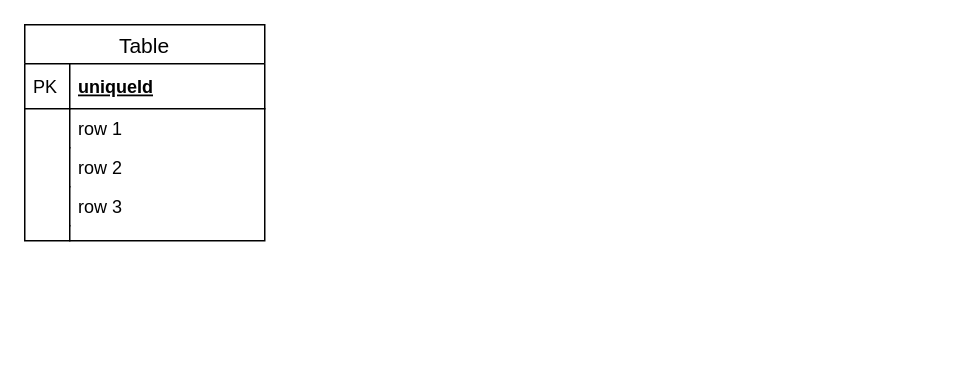
Earlier version of the draw.io diagram app/models/DCRegister_db.drawio (juancra264/DCRegister). Source tidied: cells renumbered, new cells numbered last; positions are measured from the earlier drawing's top-left corner, leaving out a move shared by most shapes. Both pictures are drawn from the tidied source at 150%, with x=0, y=0 at pixel (24, 24).
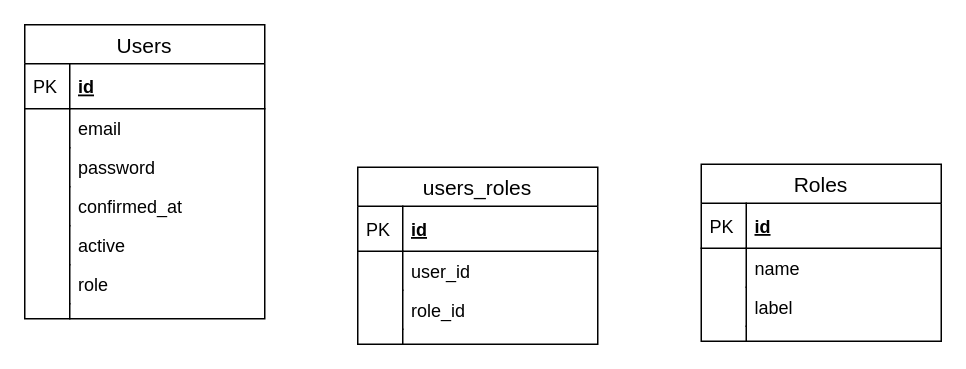
The same diagram, later.

Change to the diagram source:
```diff
@@
-    <mxCell id="2" value="Table" style="swimlane;fontStyle=0;horizontal=1;startSize=26;align=center;fontSize=14;" parent="1" vertex="1">
-      <mxGeometry width="160" height="144" as="geometry" />
+    <mxCell id="2" value="Users" style="swimlane;fontStyle=0;horizontal=1;startSize=26;align=center;fontSize=14;" parent="1" vertex="1">
+      <mxGeometry width="160" height="196" as="geometry" />
     </mxCell>
-    <mxCell id="3" value="uniqueId" style="shape=partialRectangle;top=0;left=0;right=0;bottom=1;align=left;verticalAlign=middle;fillColor=none;spacingLeft=34;spacingRight=4;overflow=hidden;fontStyle=5;fontSize=12;" parent="2" vertex="1">
+    <mxCell id="3" value="id" style="shape=partialRectangle;top=0;left=0;right=0;bottom=1;align=left;verticalAlign=middle;fillColor=none;spacingLeft=34;spacingRight=4;overflow=hidden;fontStyle=5;fontSize=12;" parent="2" vertex="1">
       <mxGeometry y="26" width="160" height="30" as="geometry" />
     </mxCell>
@@
-    <mxCell id="5" value="row 1" style="shape=partialRectangle;top=0;left=0;right=0;bottom=0;align=left;verticalAlign=top;fillColor=none;spacingLeft=34;spacingRight=4;overflow=hidden;fontSize=12;" parent="2" vertex="1">
+    <mxCell id="5" value="email" style="shape=partialRectangle;top=0;left=0;right=0;bottom=0;align=left;verticalAlign=top;fillColor=none;spacingLeft=34;spacingRight=4;overflow=hidden;fontSize=12;" parent="2" vertex="1">
       <mxGeometry y="56" width="160" height="26" as="geometry" />
     </mxCell>
@@
-    <mxCell id="7" value="row 2" style="shape=partialRectangle;top=0;left=0;right=0;bottom=0;align=left;verticalAlign=top;fillColor=none;spacingLeft=34;spacingRight=4;overflow=hidden;fontSize=12;" parent="2" vertex="1">
+    <mxCell id="7" value="password" style="shape=partialRectangle;top=0;left=0;right=0;bottom=0;align=left;verticalAlign=top;fillColor=none;spacingLeft=34;spacingRight=4;overflow=hidden;fontSize=12;" parent="2" vertex="1">
       <mxGeometry y="82" width="160" height="26" as="geometry" />
     </mxCell>
@@
-    <mxCell id="9" value="row 3" style="shape=partialRectangle;top=0;left=0;right=0;bottom=0;align=left;verticalAlign=top;fillColor=none;spacingLeft=34;spacingRight=4;overflow=hidden;fontSize=12;" parent="2" vertex="1">
+    <mxCell id="9" value="confirmed_at" style="shape=partialRectangle;top=0;left=0;right=0;bottom=0;align=left;verticalAlign=top;fillColor=none;spacingLeft=34;spacingRight=4;overflow=hidden;fontSize=12;" parent="2" vertex="1">
       <mxGeometry y="108" width="160" height="26" as="geometry" />
     </mxCell>
@@
+    <mxCell id="13" value="active" style="shape=partialRectangle;top=0;left=0;right=0;bottom=0;align=left;verticalAlign=top;fillColor=none;spacingLeft=34;spacingRight=4;overflow=hidden;fontSize=12;" parent="2" vertex="1">
+      <mxGeometry y="134" width="160" height="26" as="geometry" />
+    </mxCell>
+    <mxCell id="14" style="shape=partialRectangle;top=0;left=0;bottom=0;fillColor=none;align=left;verticalAlign=top;spacingLeft=4;spacingRight=4;overflow=hidden;fontSize=12;" parent="13" vertex="1">
+      <mxGeometry width="30" height="26" as="geometry" />
+    </mxCell>
+    <mxCell id="15" value="role" style="shape=partialRectangle;top=0;left=0;right=0;bottom=0;align=left;verticalAlign=top;fillColor=none;spacingLeft=34;spacingRight=4;overflow=hidden;fontSize=12;" parent="2" vertex="1">
+      <mxGeometry y="160" width="160" height="26" as="geometry" />
+    </mxCell>
+    <mxCell id="16" style="shape=partialRectangle;top=0;left=0;bottom=0;fillColor=none;align=left;verticalAlign=top;spacingLeft=4;spacingRight=4;overflow=hidden;fontSize=12;" parent="15" vertex="1">
+      <mxGeometry width="30" height="26" as="geometry" />
+    </mxCell>
     <mxCell id="11" style="shape=partialRectangle;top=0;left=0;right=0;bottom=0;align=left;verticalAlign=top;fillColor=none;spacingLeft=34;spacingRight=4;overflow=hidden;fontSize=12;" parent="2" vertex="1">
-      <mxGeometry y="134" width="160" height="10" as="geometry" />
+      <mxGeometry y="186" width="160" height="10" as="geometry" />
     </mxCell>
@@
+    <mxCell id="17" value="users_roles" style="swimlane;fontStyle=0;horizontal=1;startSize=26;align=center;fontSize=14;" parent="1" vertex="1">
+      <mxGeometry x="222" y="95" width="160" height="118" as="geometry" />
+    </mxCell>
+    <mxCell id="18" value="id" style="shape=partialRectangle;top=0;left=0;right=0;bottom=1;align=left;verticalAlign=middle;fillColor=none;spacingLeft=34;spacingRight=4;overflow=hidden;fontStyle=5;fontSize=12;" parent="17" vertex="1">
+      <mxGeometry y="26" width="160" height="30" as="geometry" />
+    </mxCell>
+    <mxCell id="19" value="PK" style="shape=partialRectangle;top=0;left=0;bottom=0;fillColor=none;align=left;verticalAlign=middle;spacingLeft=4;spacingRight=4;overflow=hidden;fontSize=12;" parent="18" vertex="1">
+      <mxGeometry width="30" height="30" as="geometry" />
+    </mxCell>
+    <mxCell id="20" value="user_id" style="shape=partialRectangle;top=0;left=0;right=0;bottom=0;align=left;verticalAlign=top;fillColor=none;spacingLeft=34;spacingRight=4;overflow=hidden;fontSize=12;" parent="17" vertex="1">
+      <mxGeometry y="56" width="160" height="26" as="geometry" />
+    </mxCell>
+    <mxCell id="21" style="shape=partialRectangle;top=0;left=0;bottom=0;fillColor=none;align=left;verticalAlign=top;spacingLeft=4;spacingRight=4;overflow=hidden;fontSize=12;" parent="20" vertex="1">
+      <mxGeometry width="30" height="26" as="geometry" />
+    </mxCell>
+    <mxCell id="22" value="role_id" style="shape=partialRectangle;top=0;left=0;right=0;bottom=0;align=left;verticalAlign=top;fillColor=none;spacingLeft=34;spacingRight=4;overflow=hidden;fontSize=12;" parent="17" vertex="1">
+      <mxGeometry y="82" width="160" height="26" as="geometry" />
+    </mxCell>
+    <mxCell id="23" style="shape=partialRectangle;top=0;left=0;bottom=0;fillColor=none;align=left;verticalAlign=top;spacingLeft=4;spacingRight=4;overflow=hidden;fontSize=12;" parent="22" vertex="1">
+      <mxGeometry width="30" height="26" as="geometry" />
+    </mxCell>
+    <mxCell id="24" style="shape=partialRectangle;top=0;left=0;right=0;bottom=0;align=left;verticalAlign=top;fillColor=none;spacingLeft=34;spacingRight=4;overflow=hidden;fontSize=12;" parent="17" vertex="1">
+      <mxGeometry y="108" width="160" height="10" as="geometry" />
+    </mxCell>
+    <mxCell id="25" style="shape=partialRectangle;top=0;left=0;bottom=0;fillColor=none;align=left;verticalAlign=top;spacingLeft=4;spacingRight=4;overflow=hidden;fontSize=12;" parent="24" vertex="1">
+      <mxGeometry width="30" height="10" as="geometry" />
+    </mxCell>
+    <mxCell id="26" value="Roles" style="swimlane;fontStyle=0;horizontal=1;startSize=26;align=center;fontSize=14;" parent="1" vertex="1">
+      <mxGeometry x="451" y="93" width="160" height="118" as="geometry" />
+    </mxCell>
+    <mxCell id="27" value="id" style="shape=partialRectangle;top=0;left=0;right=0;bottom=1;align=left;verticalAlign=middle;fillColor=none;spacingLeft=34;spacingRight=4;overflow=hidden;fontStyle=5;fontSize=12;" parent="26" vertex="1">
+      <mxGeometry y="26" width="160" height="30" as="geometry" />
+    </mxCell>
+    <mxCell id="28" value="PK" style="shape=partialRectangle;top=0;left=0;bottom=0;fillColor=none;align=left;verticalAlign=middle;spacingLeft=4;spacingRight=4;overflow=hidden;fontSize=12;" parent="27" vertex="1">
+      <mxGeometry width="30" height="30" as="geometry" />
+    </mxCell>
+    <mxCell id="29" value="name" style="shape=partialRectangle;top=0;left=0;right=0;bottom=0;align=left;verticalAlign=top;fillColor=none;spacingLeft=34;spacingRight=4;overflow=hidden;fontSize=12;" parent="26" vertex="1">
+      <mxGeometry y="56" width="160" height="26" as="geometry" />
+    </mxCell>
+    <mxCell id="30" style="shape=partialRectangle;top=0;left=0;bottom=0;fillColor=none;align=left;verticalAlign=top;spacingLeft=4;spacingRight=4;overflow=hidden;fontSize=12;" parent="29" vertex="1">
+      <mxGeometry width="30" height="26" as="geometry" />
+    </mxCell>
+    <mxCell id="31" value="label" style="shape=partialRectangle;top=0;left=0;right=0;bottom=0;align=left;verticalAlign=top;fillColor=none;spacingLeft=34;spacingRight=4;overflow=hidden;fontSize=12;" parent="26" vertex="1">
+      <mxGeometry y="82" width="160" height="26" as="geometry" />
+    </mxCell>
+    <mxCell id="32" style="shape=partialRectangle;top=0;left=0;bottom=0;fillColor=none;align=left;verticalAlign=top;spacingLeft=4;spacingRight=4;overflow=hidden;fontSize=12;" parent="31" vertex="1">
+      <mxGeometry width="30" height="26" as="geometry" />
+    </mxCell>
+    <mxCell id="33" style="shape=partialRectangle;top=0;left=0;right=0;bottom=0;align=left;verticalAlign=top;fillColor=none;spacingLeft=34;spacingRight=4;overflow=hidden;fontSize=12;" parent="26" vertex="1">
+      <mxGeometry y="108" width="160" height="10" as="geometry" />
+    </mxCell>
+    <mxCell id="34" style="shape=partialRectangle;top=0;left=0;bottom=0;fillColor=none;align=left;verticalAlign=top;spacingLeft=4;spacingRight=4;overflow=hidden;fontSize=12;" parent="33" vertex="1">
+      <mxGeometry width="30" height="10" as="geometry" />
+    </mxCell>
```
